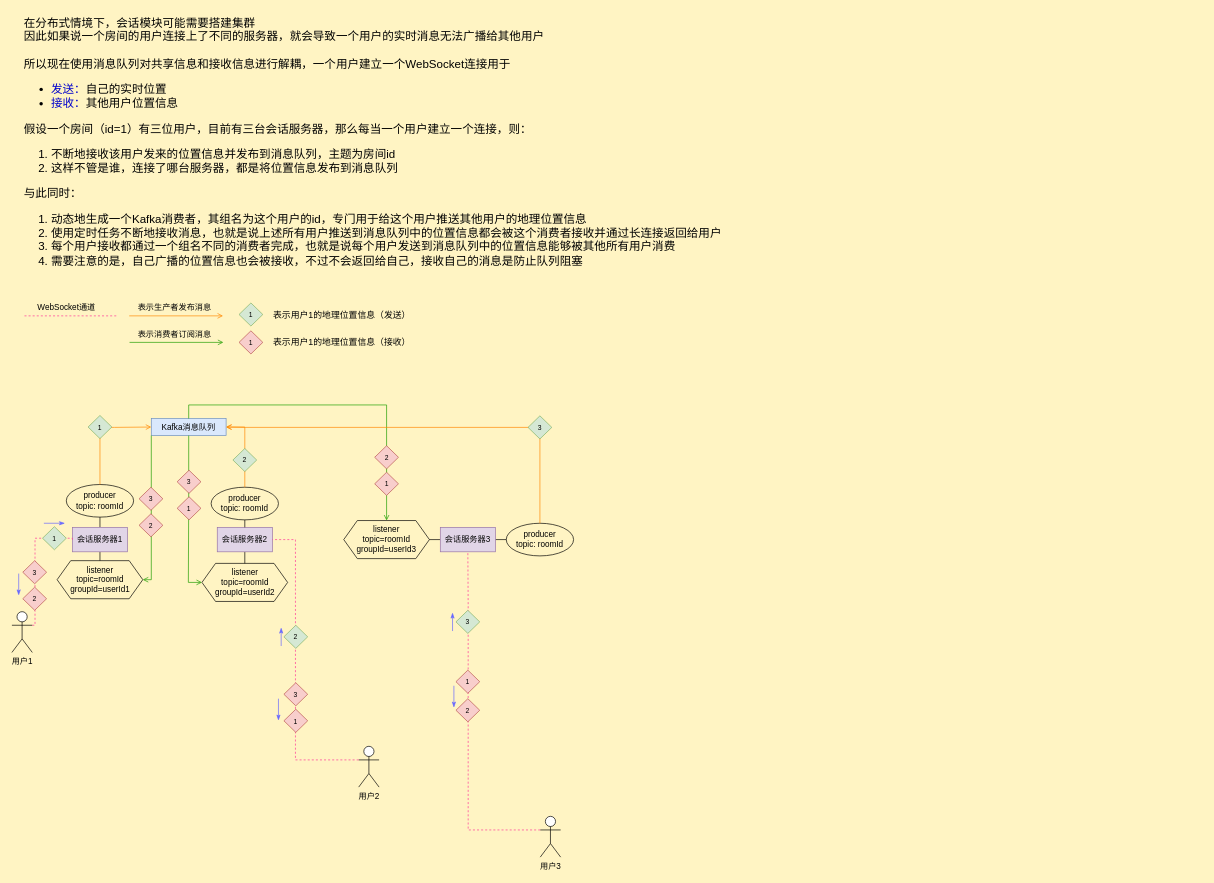
swsk33/find-me-cloud keeps this draw.io diagram as page "分布式会话解决方案" (4 of 4) of findMe-UML.dio. Above is the earlier version. Source tidied: cells renumbered, new cells numbered last; positions are measured from the earlier drawing's top-left corner, leaving out a move shared by most shapes. Both pictures are drawn from the tidied source at 68%, with x=0, y=0 at pixel (12, 12).
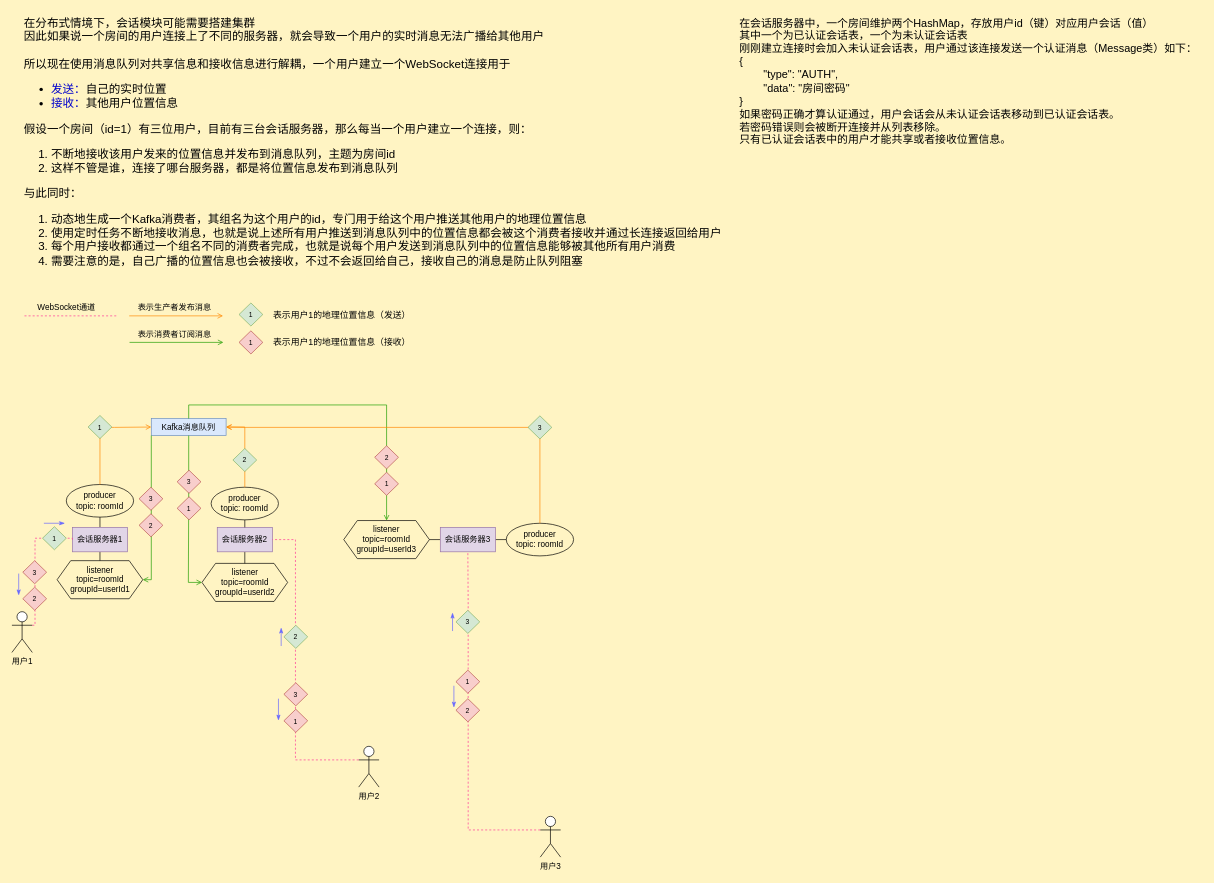
The same page after the edit.

Diff of the diagram source:
```diff
@@
+    <mxCell id="65" value="&lt;div style=&quot;text-align: left;&quot;&gt;&lt;span style=&quot;background-color: initial;&quot;&gt;在会话服务器中，一个房间维护两个HashMap，存放用户id（键）对应用户会话（值）&lt;/span&gt;&lt;/div&gt;&lt;div style=&quot;text-align: left;&quot;&gt;&lt;span style=&quot;background-color: initial;&quot;&gt;其中一个为已认证会话表，一个为未认证会话表&lt;/span&gt;&lt;/div&gt;&lt;div style=&quot;text-align: left;&quot;&gt;&lt;span style=&quot;background-color: initial;&quot;&gt;刚刚建立连接时会加入未认证会话表，用户通过该连接发送一个认证消息（Message类）如下：&lt;/span&gt;&lt;/div&gt;&lt;div style=&quot;text-align: left;&quot;&gt;&lt;span style=&quot;background-color: initial;&quot;&gt;{&lt;/span&gt;&lt;/div&gt;&lt;div style=&quot;text-align: left;&quot;&gt;&lt;span style=&quot;background-color: initial;&quot;&gt;&lt;span style=&quot;white-space: pre;&quot;&gt;&#9;&lt;/span&gt;&quot;type&quot;: &quot;AUTH&quot;,&lt;br&gt;&lt;/span&gt;&lt;/div&gt;&lt;div style=&quot;text-align: left;&quot;&gt;&lt;span style=&quot;background-color: initial;&quot;&gt;&lt;span style=&quot;white-space: pre;&quot;&gt;&#9;&lt;/span&gt;&quot;data&quot;: &quot;房间密码&quot;&lt;br&gt;&lt;/span&gt;&lt;/div&gt;&lt;div style=&quot;text-align: left;&quot;&gt;&lt;span style=&quot;background-color: initial;&quot;&gt;}&lt;/span&gt;&lt;/div&gt;&lt;div style=&quot;text-align: left;&quot;&gt;如果密码正确才算认证通过，用户会话会从未认证会话表移动到已认证会话表。&lt;/div&gt;&lt;div style=&quot;text-align: left;&quot;&gt;若密码错误则会被断开连接并从列表移除。&lt;/div&gt;&lt;div style=&quot;text-align: left;&quot;&gt;只有已认证会话表中的用户才能共享或者接收位置信息。&lt;/div&gt;" style="text;html=1;align=center;verticalAlign=middle;strokeColor=none;fillColor=none;fontSize=16;" parent="1" vertex="1">
+      <mxGeometry x="1060" width="691" height="204" as="geometry" />
+    </mxCell>
```
